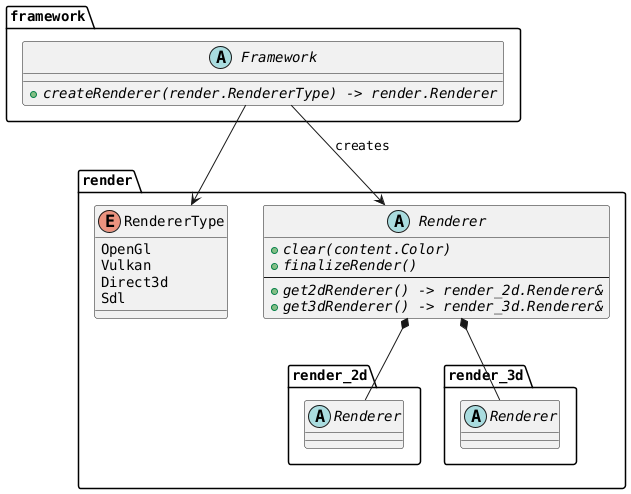
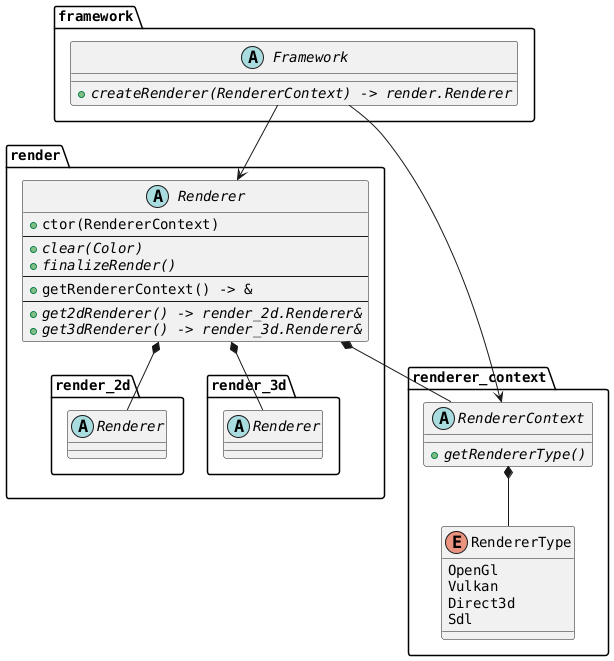
@startuml

skinparam defaultFontName monospaced

'=======================================================================================================================
- package framework {
-     '===================================================================================================================
-     abstract class Framework {
-         + {abstract} createRenderer(render.RendererType) -> render.Renderer
-     }
- }
- 
- '=======================================================================================================================
- package render {
+ package renderer_context {
    '===================================================================================================================
    enum RendererType {
        OpenGl
        Vulkan
        Direct3d
        Sdl
    }

    '===================================================================================================================
+     abstract class RendererContext {
+         + {abstract} getRendererType()
+     }
+ 
+     '-------------------------------------------------------------------------------------------------------------------
+     RendererContext *-- RendererType
+ }
+ 
+ '=======================================================================================================================
+ package render {
+     '===================================================================================================================
    abstract class Renderer {
-         + {abstract} clear(content.Color)
+         + ctor(RendererContext)
+     --
+         + {abstract} clear(Color)
        + {abstract} finalizeRender()
+     --
+         + getRendererContext() -> &
    --
        + {abstract} get2dRenderer() -> render_2d.Renderer&
        + {abstract} get3dRenderer() -> render_3d.Renderer&
    }

    '-------------------------------------------------------------------------------------------------------------------
    package render_2d {
        abstract class Renderer
    }

    '-------------------------------------------------------------------------------------------------------------------
    package render_3d {
        abstract class Renderer
    }

    '-------------------------------------------------------------------------------------------------------------------
+     Renderer *-- renderer_context.RendererContext
    Renderer *-- render_2d.Renderer
    Renderer *-- render_3d.Renderer
}

'=======================================================================================================================
- framework.Framework --> render.RendererType
- framework.Framework --> render.Renderer : creates
+ package framework {
+     '===================================================================================================================
+     abstract class Framework {
+         + {abstract} createRenderer(RendererContext) -> render.Renderer
+     }
+ 
+     '-------------------------------------------------------------------------------------------------------------------
+     Framework --> renderer_context.RendererContext
+     Framework --> render.Renderer
+ }

'=======================================================================================================================
@enduml
